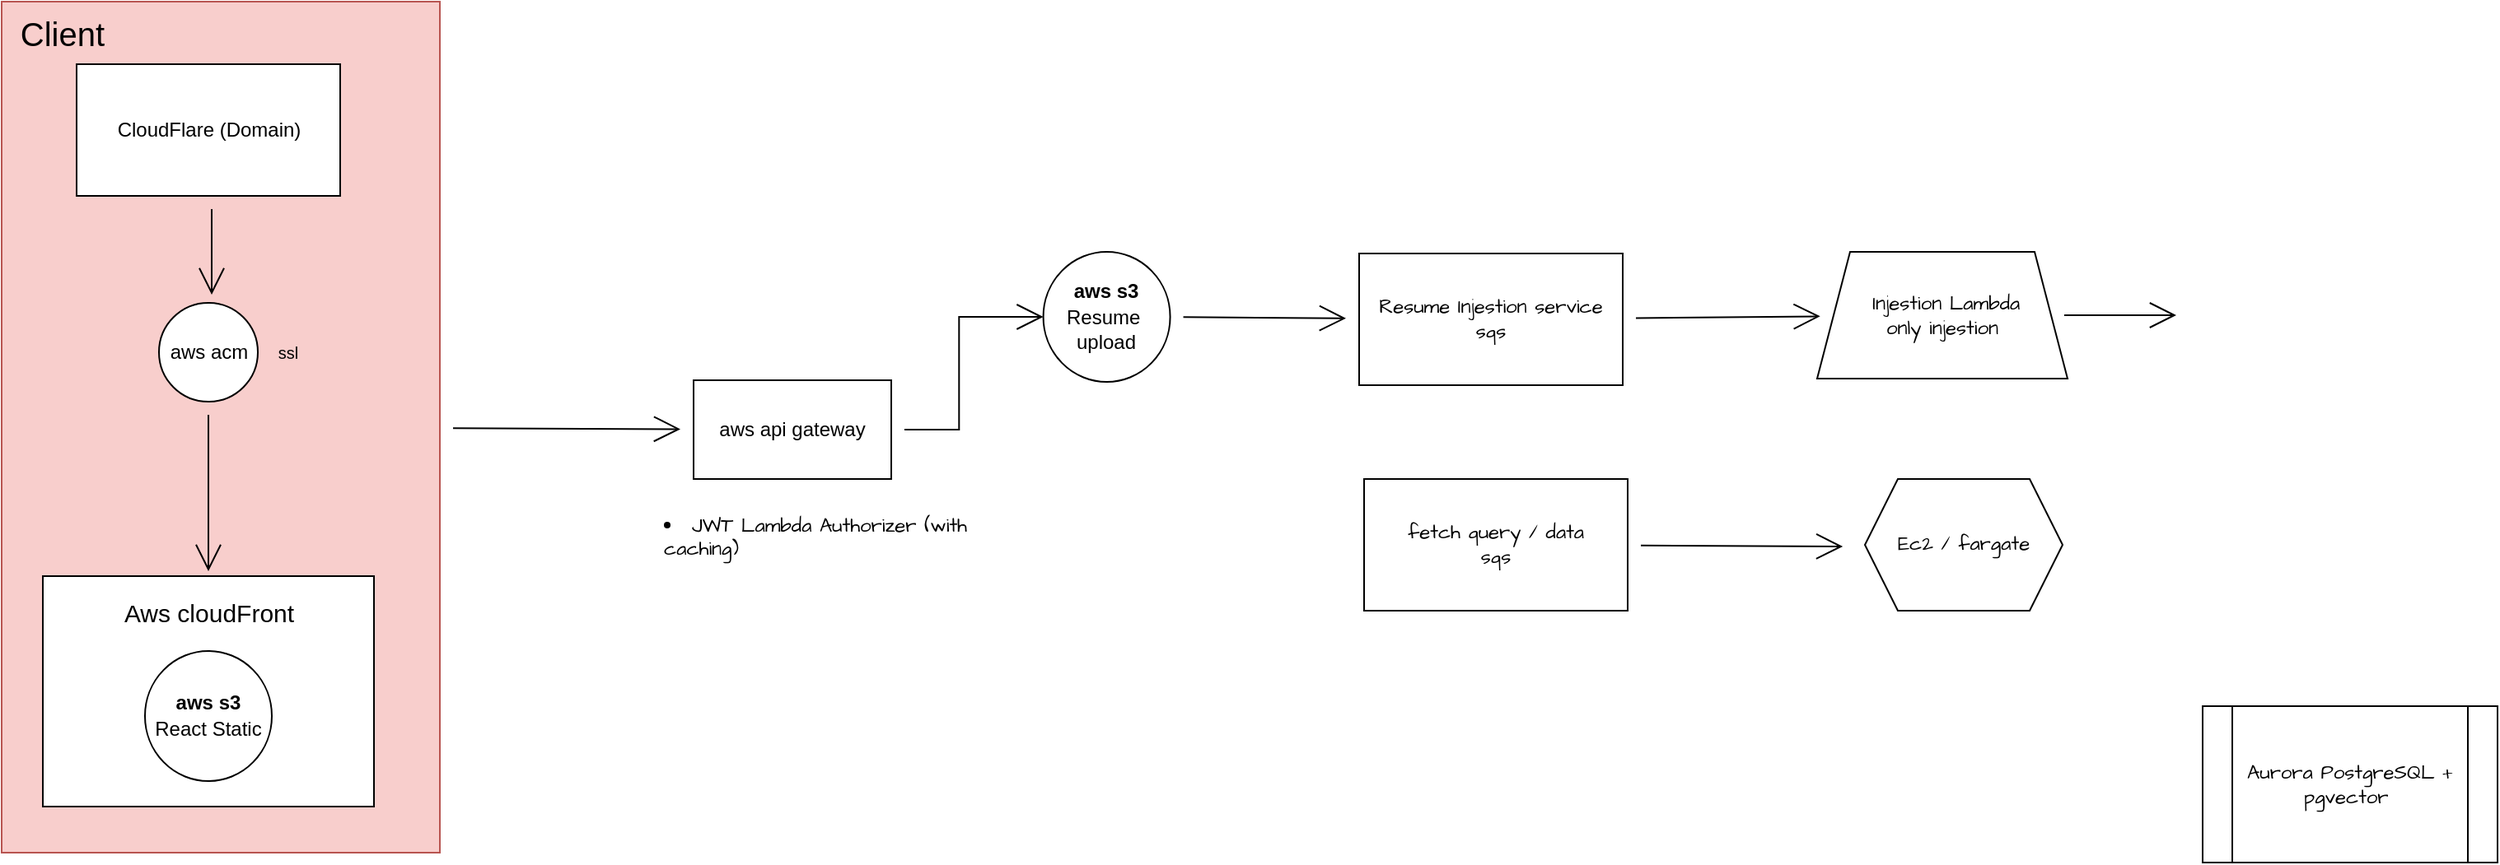
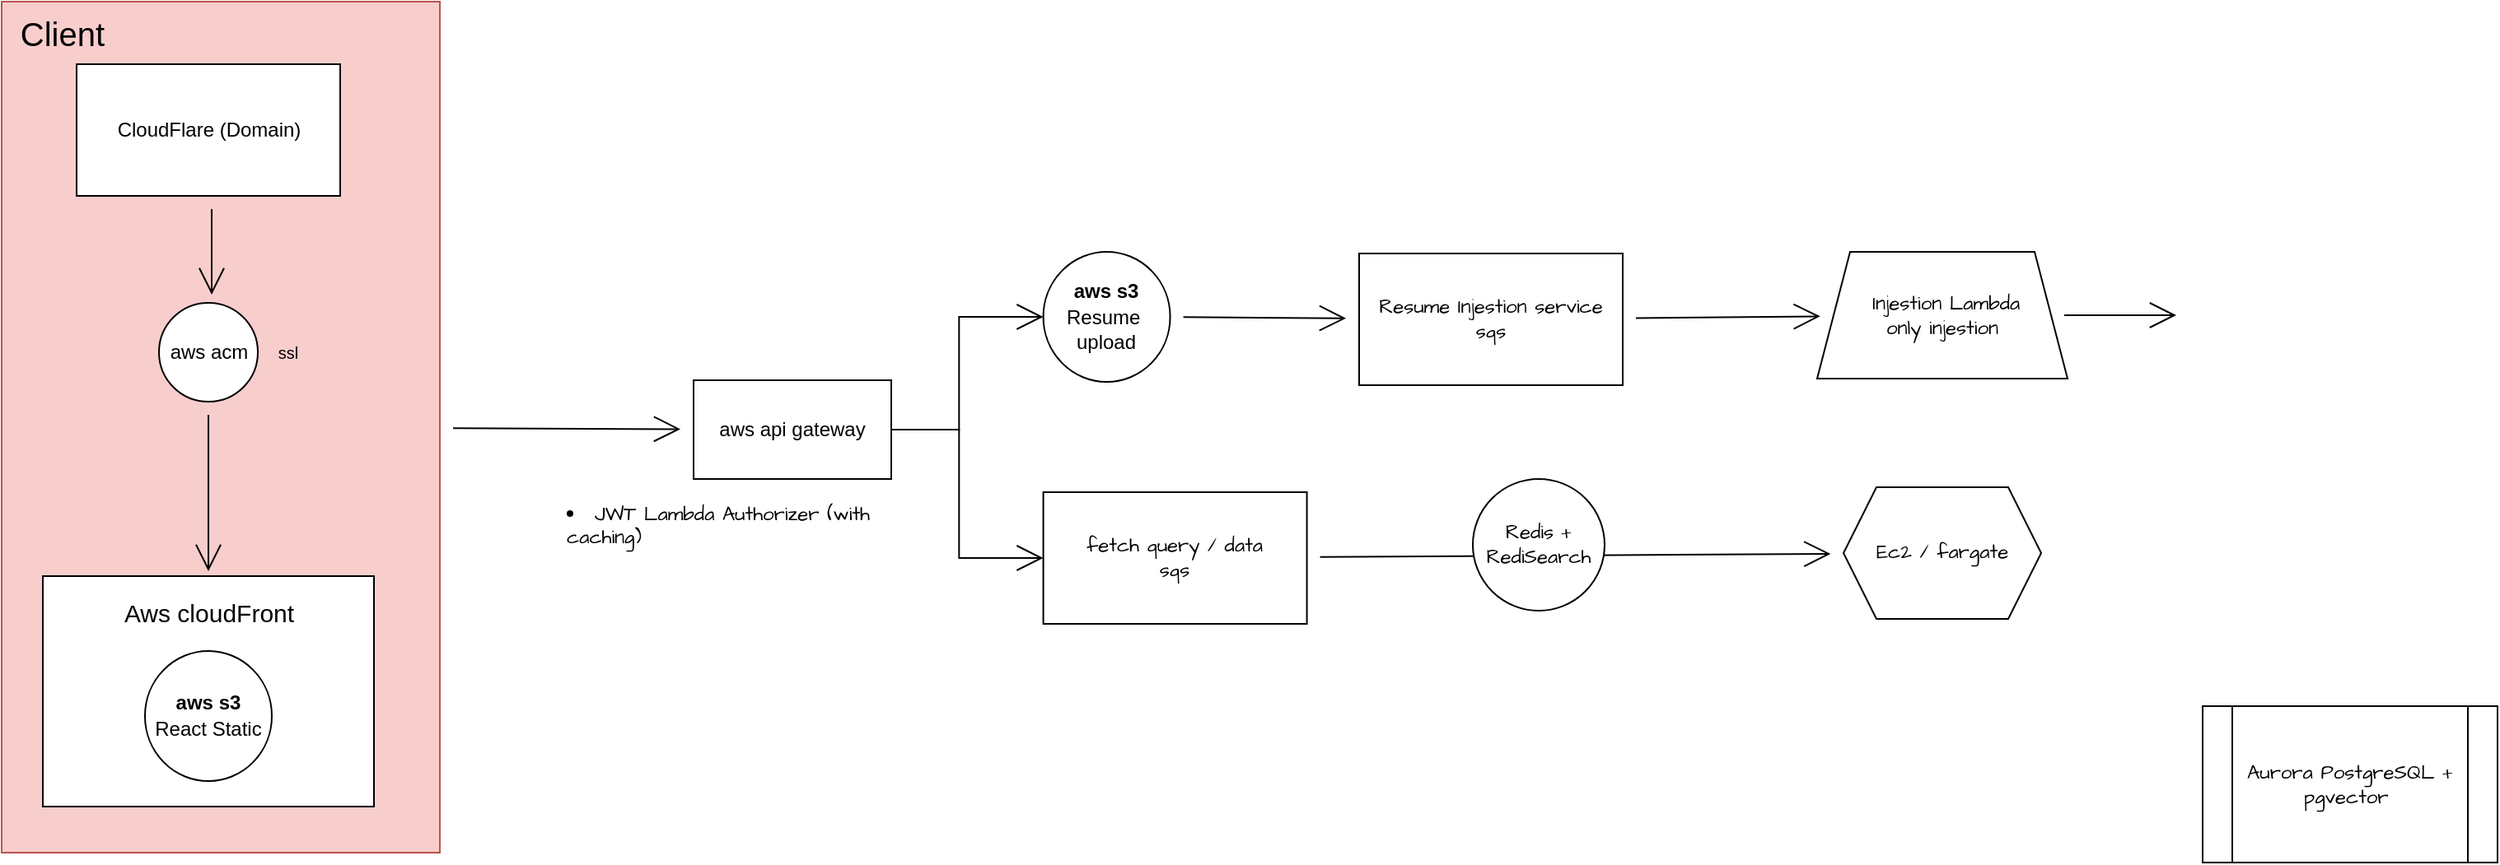
<mxfile host="app.diagrams.net">
  <diagram name="Page-1" id="SOHPCcRNUhLTlrNE90n2">
-     <mxGraphModel dx="2960" dy="1394" grid="0" gridSize="10" guides="1" tooltips="1" connect="1" arrows="1" fold="1" page="0" pageScale="1" pageWidth="850" pageHeight="1100" math="0" shadow="0">
+     <mxGraphModel dx="2760" dy="1299" grid="0" gridSize="10" guides="1" tooltips="1" connect="1" arrows="1" fold="1" page="0" pageScale="1" pageWidth="850" pageHeight="1100" math="0" shadow="0">
      <root>
        <mxCell id="0" />
        <mxCell id="1" parent="0" />
        <mxCell id="rra6tTRvJPethr66ALMW-19" edge="1" parent="1" source="rra6tTRvJPethr66ALMW-16" style="edgeStyle=none;curved=1;rounded=0;orthogonalLoop=1;jettySize=auto;html=1;fontFamily=Architects Daughter;fontSource=https%3A%2F%2Ffonts.googleapis.com%2Fcss%3Ffamily%3DArchitects%2BDaughter;fontSize=16;startSize=14;endArrow=open;endSize=14;sourcePerimeterSpacing=8;targetPerimeterSpacing=8;" target="rra6tTRvJPethr66ALMW-18" value="">
          <mxGeometry relative="1" as="geometry" />
        </mxCell>
        <mxCell id="rra6tTRvJPethr66ALMW-16" parent="1" style="rounded=0;whiteSpace=wrap;html=1;fontFamily=Architects Daughter;fontSource=https%3A%2F%2Ffonts.googleapis.com%2Fcss%3Ffamily%3DArchitects%2BDaughter;fillColor=#f8cecc;strokeColor=#b85450;" value="" vertex="1">
          <mxGeometry height="517" width="266" x="-700" y="-271" as="geometry" />
        </mxCell>
        <mxCell id="rra6tTRvJPethr66ALMW-2" parent="1" style="rounded=0;whiteSpace=wrap;html=1;fontFamily=Architects Daughter;fontSource=https%3A%2F%2Ffonts.googleapis.com%2Fcss%3Ffamily%3DArchitects%2BDaughter;" value="" vertex="1">
          <mxGeometry height="140" width="201" x="-675" y="78" as="geometry" />
        </mxCell>
        <mxCell id="rra6tTRvJPethr66ALMW-1" parent="1" style="ellipse;whiteSpace=wrap;html=1;fontFamily=Architects Daughter;fontSource=https%3A%2F%2Ffonts.googleapis.com%2Fcss%3Ffamily%3DArchitects%2BDaughter;" value="&lt;font face=&quot;Helvetica&quot;&gt;&lt;b&gt;aws s3&lt;/b&gt;&lt;br&gt;React Static&lt;/font&gt;" vertex="1">
          <mxGeometry height="79" width="77" x="-613" y="123.5" as="geometry" />
        </mxCell>
        <mxCell id="rra6tTRvJPethr66ALMW-3" parent="1" style="text;html=1;whiteSpace=wrap;strokeColor=none;fillColor=none;align=center;verticalAlign=middle;rounded=0;fontSize=20;fontFamily=Helvetica;" value="&lt;font style=&quot;font-size: 15px;&quot;&gt;Aws cloudFront&lt;/font&gt;" vertex="1">
          <mxGeometry height="30" width="186" x="-667.5" y="83" as="geometry" />
        </mxCell>
        <mxCell id="rra6tTRvJPethr66ALMW-10" edge="1" parent="1" style="edgeStyle=none;curved=1;rounded=0;orthogonalLoop=1;jettySize=auto;html=1;fontFamily=Architects Daughter;fontSource=https%3A%2F%2Ffonts.googleapis.com%2Fcss%3Ffamily%3DArchitects%2BDaughter;fontSize=16;startSize=14;endArrow=open;endSize=14;sourcePerimeterSpacing=8;targetPerimeterSpacing=8;" value="">
          <mxGeometry relative="1" as="geometry">
            <mxPoint x="-572.5" y="-145" as="sourcePoint" />
            <mxPoint x="-572.5" y="-93" as="targetPoint" />
          </mxGeometry>
        </mxCell>
        <mxCell id="rra6tTRvJPethr66ALMW-5" parent="1" style="rounded=0;whiteSpace=wrap;html=1;fontFamily=Helvetica;" value="CloudFlare (Domain)" vertex="1">
          <mxGeometry height="80" width="160" x="-654.5" y="-233" as="geometry" />
        </mxCell>
        <mxCell id="rra6tTRvJPethr66ALMW-14" edge="1" parent="1" source="rra6tTRvJPethr66ALMW-12" style="edgeStyle=none;curved=1;rounded=0;orthogonalLoop=1;jettySize=auto;html=1;fontFamily=Architects Daughter;fontSource=https%3A%2F%2Ffonts.googleapis.com%2Fcss%3Ffamily%3DArchitects%2BDaughter;fontSize=16;startSize=14;endArrow=open;endSize=14;sourcePerimeterSpacing=8;targetPerimeterSpacing=8;" target="rra6tTRvJPethr66ALMW-3" value="">
          <mxGeometry relative="1" as="geometry" />
        </mxCell>
        <mxCell id="rra6tTRvJPethr66ALMW-12" parent="1" style="ellipse;whiteSpace=wrap;html=1;fontFamily=Architects Daughter;fontSource=https%3A%2F%2Ffonts.googleapis.com%2Fcss%3Ffamily%3DArchitects%2BDaughter;" value="&lt;font face=&quot;Helvetica&quot;&gt;aws acm&lt;/font&gt;" vertex="1">
          <mxGeometry height="60" width="60" x="-604.5" y="-88" as="geometry" />
        </mxCell>
        <mxCell id="rra6tTRvJPethr66ALMW-15" parent="1" style="text;html=1;whiteSpace=wrap;strokeColor=none;fillColor=none;align=center;verticalAlign=middle;rounded=0;fontSize=10;fontFamily=Helvetica;" value="&lt;font&gt;ssl&lt;/font&gt;" vertex="1">
          <mxGeometry height="18" width="32" x="-542" y="-67" as="geometry" />
        </mxCell>
        <mxCell id="rra6tTRvJPethr66ALMW-17" parent="1" style="text;html=1;whiteSpace=wrap;strokeColor=none;fillColor=none;align=center;verticalAlign=middle;rounded=0;fontSize=20;fontFamily=Architects Daughter;fontSource=https%3A%2F%2Ffonts.googleapis.com%2Fcss%3Ffamily%3DArchitects%2BDaughter;" value="&lt;font face=&quot;Helvetica&quot;&gt;Client&lt;/font&gt;" vertex="1">
          <mxGeometry height="30" width="60" x="-693" y="-266" as="geometry" />
        </mxCell>
        <mxCell id="rra6tTRvJPethr66ALMW-27" edge="1" parent="1" source="rra6tTRvJPethr66ALMW-18" style="edgeStyle=orthogonalEdgeStyle;rounded=0;orthogonalLoop=1;jettySize=auto;html=1;fontFamily=Architects Daughter;fontSource=https%3A%2F%2Ffonts.googleapis.com%2Fcss%3Ffamily%3DArchitects%2BDaughter;fontSize=16;startSize=14;endArrow=open;endSize=14;sourcePerimeterSpacing=8;targetPerimeterSpacing=8;entryX=0;entryY=0.5;entryDx=0;entryDy=0;" target="rra6tTRvJPethr66ALMW-42" value="">
          <mxGeometry relative="1" as="geometry">
            <mxPoint x="-71" y="-13.867567567567448" as="targetPoint" />
          </mxGeometry>
        </mxCell>
+         <mxCell id="rra6tTRvJPethr66ALMW-47" edge="1" parent="1" source="rra6tTRvJPethr66ALMW-18" style="edgeStyle=orthogonalEdgeStyle;rounded=0;orthogonalLoop=1;jettySize=auto;html=1;exitX=1;exitY=0.5;exitDx=0;exitDy=0;entryX=0;entryY=0.5;entryDx=0;entryDy=0;fontFamily=Architects Daughter;fontSource=https%3A%2F%2Ffonts.googleapis.com%2Fcss%3Ffamily%3DArchitects%2BDaughter;fontSize=16;startSize=14;endArrow=open;endSize=14;sourcePerimeterSpacing=8;targetPerimeterSpacing=8;" target="rra6tTRvJPethr66ALMW-22">
+           <mxGeometry relative="1" as="geometry" />
+         </mxCell>
        <mxCell id="rra6tTRvJPethr66ALMW-18" parent="1" style="whiteSpace=wrap;html=1;fontFamily=Architects Daughter;rounded=0;fontSource=https%3A%2F%2Ffonts.googleapis.com%2Fcss%3Ffamily%3DArchitects%2BDaughter;" value="&lt;font face=&quot;Helvetica&quot;&gt;aws api gateway&lt;/font&gt;" vertex="1">
          <mxGeometry height="60" width="120" x="-280" y="-41" as="geometry" />
        </mxCell>
        <mxCell id="rra6tTRvJPethr66ALMW-34" edge="1" parent="1" source="rra6tTRvJPethr66ALMW-20" style="edgeStyle=none;curved=1;rounded=0;orthogonalLoop=1;jettySize=auto;html=1;fontFamily=Architects Daughter;fontSource=https%3A%2F%2Ffonts.googleapis.com%2Fcss%3Ffamily%3DArchitects%2BDaughter;fontSize=16;startSize=14;endArrow=open;endSize=14;sourcePerimeterSpacing=8;targetPerimeterSpacing=8;" target="rra6tTRvJPethr66ALMW-33" value="">
          <mxGeometry relative="1" as="geometry" />
        </mxCell>
        <mxCell id="rra6tTRvJPethr66ALMW-20" parent="1" style="rounded=0;whiteSpace=wrap;html=1;fontFamily=Architects Daughter;fontSource=https%3A%2F%2Ffonts.googleapis.com%2Fcss%3Ffamily%3DArchitects%2BDaughter;" value="Resume Injestion service&lt;br&gt;sqs" vertex="1">
          <mxGeometry height="80" width="160" x="124" y="-118" as="geometry" />
        </mxCell>
-         <mxCell id="rra6tTRvJPethr66ALMW-37" edge="1" parent="1" source="rra6tTRvJPethr66ALMW-22" style="edgeStyle=none;curved=1;rounded=0;orthogonalLoop=1;jettySize=auto;html=1;fontFamily=Architects Daughter;fontSource=https%3A%2F%2Ffonts.googleapis.com%2Fcss%3Ffamily%3DArchitects%2BDaughter;fontSize=16;startSize=14;endArrow=open;endSize=14;sourcePerimeterSpacing=8;targetPerimeterSpacing=8;" value="">
-           <mxGeometry relative="1" as="geometry">
-             <mxPoint x="417.5943068734091" y="60.00960425827361" as="targetPoint" />
-           </mxGeometry>
-         </mxCell>
        <mxCell id="rra6tTRvJPethr66ALMW-22" parent="1" style="rounded=0;whiteSpace=wrap;html=1;fontFamily=Architects Daughter;fontSource=https%3A%2F%2Ffonts.googleapis.com%2Fcss%3Ffamily%3DArchitects%2BDaughter;" value="fetch query / data&lt;br&gt;sqs" vertex="1">
-           <mxGeometry height="80" width="160" x="127" y="19" as="geometry" />
+           <mxGeometry height="80" width="160" x="-67.71000000000001" y="27" as="geometry" />
        </mxCell>
        <mxCell id="rra6tTRvJPethr66ALMW-45" edge="1" parent="1" source="rra6tTRvJPethr66ALMW-33" style="edgeStyle=none;curved=1;rounded=0;orthogonalLoop=1;jettySize=auto;html=1;fontFamily=Architects Daughter;fontSource=https%3A%2F%2Ffonts.googleapis.com%2Fcss%3Ffamily%3DArchitects%2BDaughter;fontSize=16;startSize=14;endArrow=open;endSize=14;sourcePerimeterSpacing=8;targetPerimeterSpacing=8;" value="">
          <mxGeometry relative="1" as="geometry">
            <mxPoint x="620" y="-80.5" as="targetPoint" />
          </mxGeometry>
        </mxCell>
        <mxCell id="rra6tTRvJPethr66ALMW-33" parent="1" style="shape=trapezoid;perimeter=trapezoidPerimeter;whiteSpace=wrap;html=1;fixedSize=1;fontFamily=Architects Daughter;rounded=0;fontSource=https%3A%2F%2Ffonts.googleapis.com%2Fcss%3Ffamily%3DArchitects%2BDaughter;" value="&amp;nbsp;Injestion Lambda&lt;br&gt;only injestion" vertex="1">
          <mxGeometry height="77" width="152" x="402" y="-119" as="geometry" />
        </mxCell>
-         <mxCell id="rra6tTRvJPethr66ALMW-38" parent="1" style="shape=hexagon;perimeter=hexagonPerimeter2;whiteSpace=wrap;html=1;fixedSize=1;fontFamily=Architects Daughter;fontSource=https%3A%2F%2Ffonts.googleapis.com%2Fcss%3Ffamily%3DArchitects%2BDaughter;" value="Ec2 / fargate" vertex="1">
-           <mxGeometry height="80" width="120" x="431" y="19" as="geometry" />
-         </mxCell>
        <mxCell id="rra6tTRvJPethr66ALMW-41" parent="1" style="text;whiteSpace=wrap;html=1;fontFamily=Architects Daughter;fontSource=https%3A%2F%2Ffonts.googleapis.com%2Fcss%3Ffamily%3DArchitects%2BDaughter;" value="&lt;li class=&quot;font-claude-response-body whitespace-normal break-words pl-2&quot;&gt;JWT Lambda Authorizer (with caching)&lt;/li&gt;" vertex="1">
-           <mxGeometry height="34.14" width="232.29" x="-300" y="34" as="geometry" />
+           <mxGeometry height="34.14" width="232.29" x="-359" y="27" as="geometry" />
        </mxCell>
        <mxCell id="rra6tTRvJPethr66ALMW-43" edge="1" parent="1" source="rra6tTRvJPethr66ALMW-42" style="edgeStyle=none;curved=1;rounded=0;orthogonalLoop=1;jettySize=auto;html=1;fontFamily=Architects Daughter;fontSource=https%3A%2F%2Ffonts.googleapis.com%2Fcss%3Ffamily%3DArchitects%2BDaughter;fontSize=16;startSize=14;endArrow=open;endSize=14;sourcePerimeterSpacing=8;targetPerimeterSpacing=8;" target="rra6tTRvJPethr66ALMW-20" value="">
          <mxGeometry relative="1" as="geometry" />
        </mxCell>
        <mxCell id="rra6tTRvJPethr66ALMW-42" parent="1" style="ellipse;whiteSpace=wrap;html=1;fontFamily=Architects Daughter;fontSource=https%3A%2F%2Ffonts.googleapis.com%2Fcss%3Ffamily%3DArchitects%2BDaughter;" value="&lt;font face=&quot;Helvetica&quot;&gt;&lt;b&gt;aws s3&lt;/b&gt;&lt;br&gt;Resume&amp;nbsp; upload&lt;/font&gt;" vertex="1">
          <mxGeometry height="79" width="77" x="-67.71" y="-119" as="geometry" />
        </mxCell>
        <mxCell id="rra6tTRvJPethr66ALMW-46" parent="1" style="shape=process;whiteSpace=wrap;html=1;backgroundOutline=1;fontFamily=Architects Daughter;fontSource=https%3A%2F%2Ffonts.googleapis.com%2Fcss%3Ffamily%3DArchitects%2BDaughter;" value="Aurora PostgreSQL + pgvector&amp;nbsp;" vertex="1">
          <mxGeometry height="95" width="179" x="636" y="157" as="geometry" />
        </mxCell>
+         <mxCell id="rra6tTRvJPethr66ALMW-48" edge="1" parent="1" source="rra6tTRvJPethr66ALMW-22" style="edgeStyle=none;curved=1;rounded=0;orthogonalLoop=1;jettySize=auto;html=1;fontFamily=Architects Daughter;fontSource=https%3A%2F%2Ffonts.googleapis.com%2Fcss%3Ffamily%3DArchitects%2BDaughter;fontSize=16;startSize=14;endArrow=open;endSize=14;sourcePerimeterSpacing=8;targetPerimeterSpacing=8;" target="rra6tTRvJPethr66ALMW-38" value="">
+           <mxGeometry relative="1" as="geometry">
+             <mxPoint x="100" y="65" as="sourcePoint" />
+             <mxPoint x="417.5943068734091" y="60.00960425827361" as="targetPoint" />
+           </mxGeometry>
+         </mxCell>
+         <mxCell id="rra6tTRvJPethr66ALMW-38" parent="1" style="shape=hexagon;perimeter=hexagonPerimeter2;whiteSpace=wrap;html=1;fixedSize=1;fontFamily=Architects Daughter;fontSource=https%3A%2F%2Ffonts.googleapis.com%2Fcss%3Ffamily%3DArchitects%2BDaughter;" value="Ec2 / fargate" vertex="1">
+           <mxGeometry height="80" width="120" x="418" y="24" as="geometry" />
+         </mxCell>
+         <mxCell id="rra6tTRvJPethr66ALMW-50" parent="1" style="ellipse;whiteSpace=wrap;html=1;fontFamily=Architects Daughter;fontSource=https%3A%2F%2Ffonts.googleapis.com%2Fcss%3Ffamily%3DArchitects%2BDaughter;" value="Redis + RediSearch" vertex="1">
+           <mxGeometry height="80" width="80" x="193" y="19" as="geometry" />
+         </mxCell>
      </root>
    </mxGraphModel>
  </diagram>
</mxfile>
